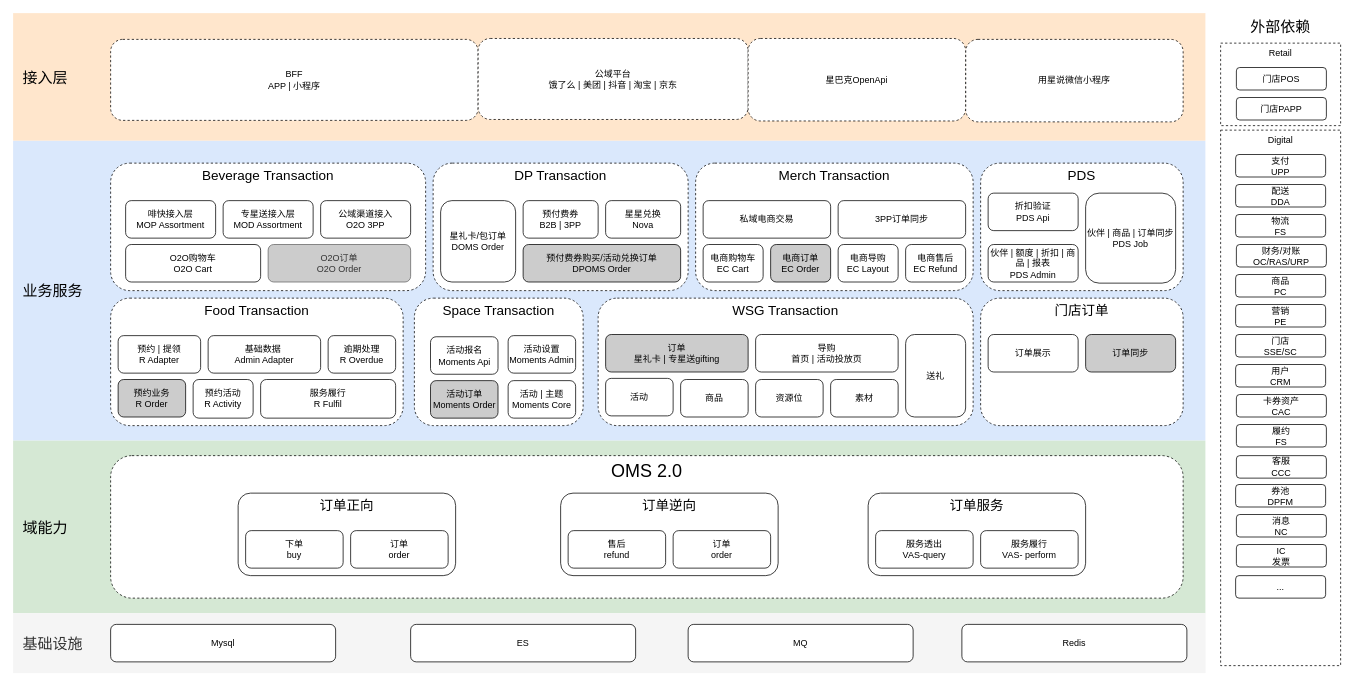
The draw.io diagram page "目标技术架构" (2 of 5) of OMS2.0业务架构.drawio in alexzhang2015/PC2.0, before the edit. Source tidied: cells renumbered, new cells numbered last; positions are measured from the earlier drawing's top-left corner, leaving out a move shared by most shapes. Both pictures are drawn from the tidied source at 75%, with x=0, y=0 at pixel (13, 13).
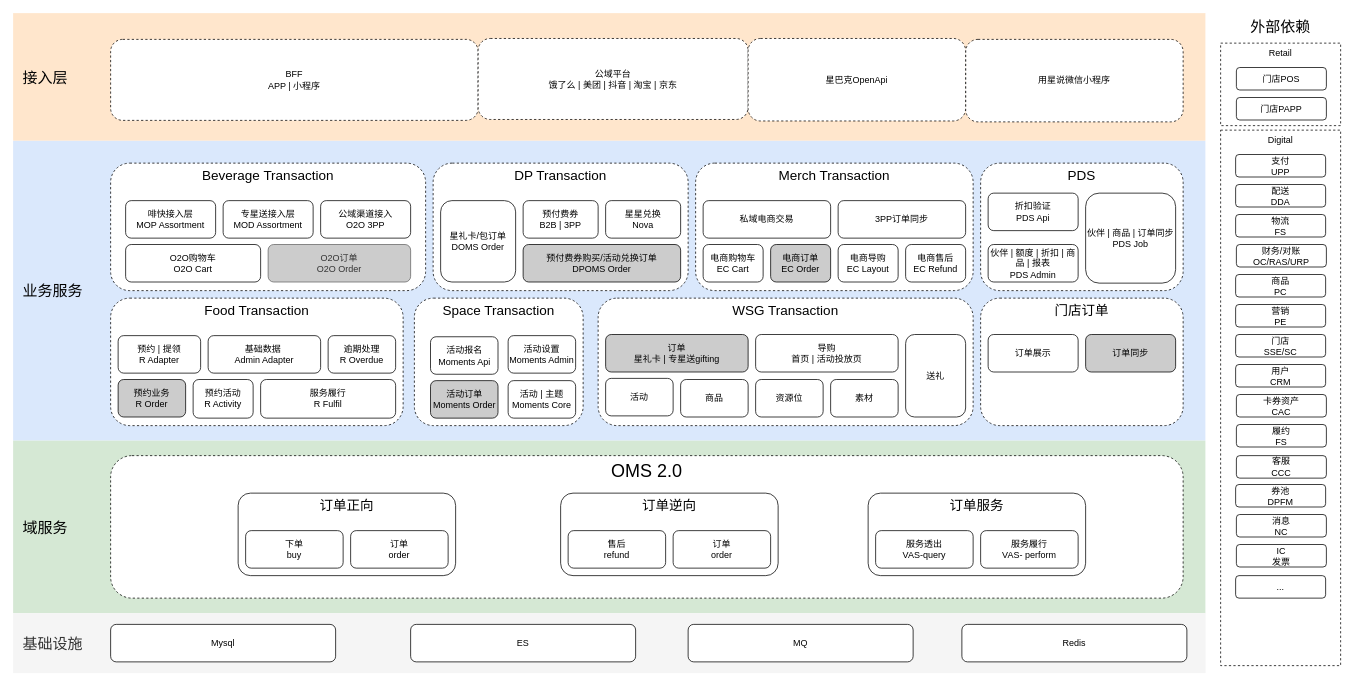
The same diagram, later.

Commit message (it also covers changes not shown here):
更新OMS2.0业务架构.drawio

Change to the diagram source:
```diff
@@
-    <mxCell id="7" value="&amp;nbsp; 域能力" style="rounded=0;whiteSpace=wrap;html=1;align=left;strokeColor=none;fillColor=#d5e8d4;fontSize=20;" parent="1" vertex="1">
+    <mxCell id="7" value="&amp;nbsp; 域服务" style="rounded=0;whiteSpace=wrap;html=1;align=left;strokeColor=none;fillColor=#d5e8d4;fontSize=20;" parent="1" vertex="1">
       <mxGeometry y="570" width="1590" height="230" as="geometry" />
     </mxCell>
```
